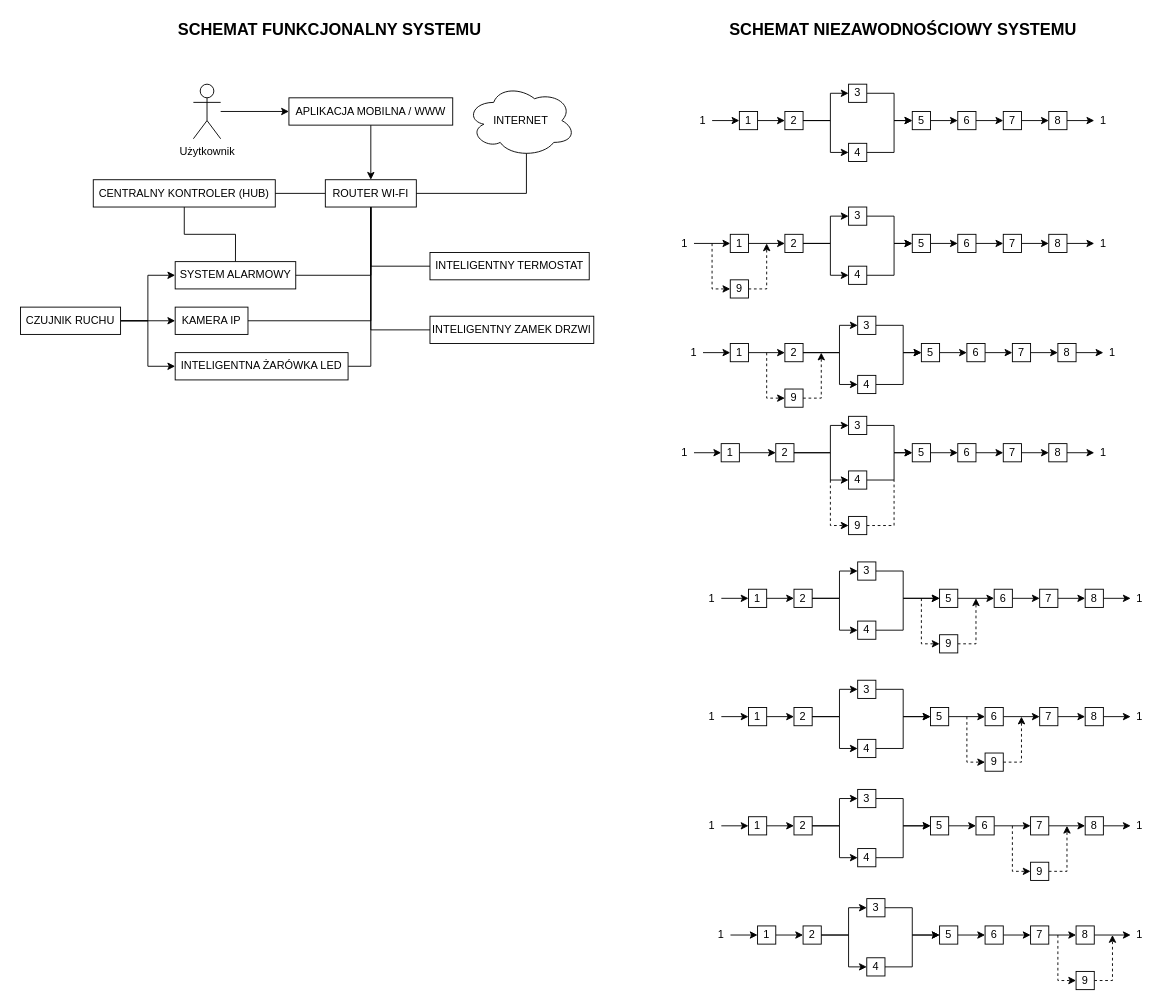
Above: Diagram bez tytułu.drawio in CptTemplar1/NSK_Projekt (draw.io), before the change. Source tidied: cells renumbered, new cells numbered last; positions are measured from the earlier drawing's top-left corner, leaving out a move shared by most shapes. Both pictures are drawn from the tidied source at 91%, with x=0, y=0 at pixel (20, 15).
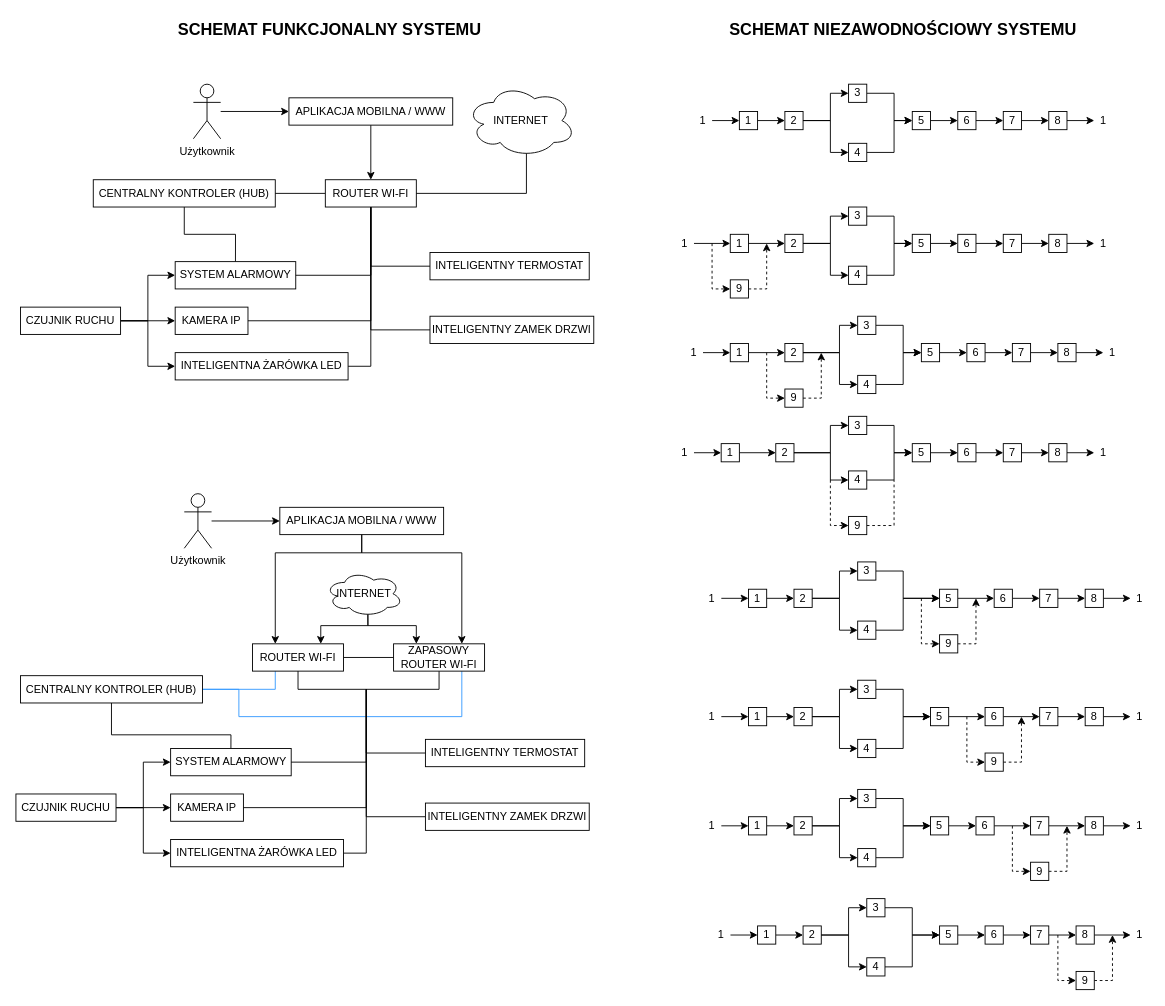
After the change.

Commit message (it also covers changes not shown here):
Poprawiono jednostki i dodano brakujące diagramy dla redundancji 1

The edit, as a diff of the source:
```diff
@@
+    <mxCell id="209" style="edgeStyle=orthogonalEdgeStyle;rounded=0;jettySize=auto;html=1;exitX=0.5;exitY=1;exitDx=0;exitDy=0;entryX=0.25;entryY=0;entryDx=0;entryDy=0;" parent="1" edge="1" source="211" target="225">
+      <mxGeometry relative="1" as="geometry">
+        <Array as="points">
+          <mxPoint x="375" y="590" />
+          <mxPoint x="280" y="590" />
+        </Array>
+      </mxGeometry>
+    </mxCell>
+    <mxCell id="210" style="edgeStyle=orthogonalEdgeStyle;rounded=0;jettySize=auto;html=1;exitX=0.5;exitY=1;exitDx=0;exitDy=0;entryX=0.75;entryY=0;entryDx=0;entryDy=0;" parent="1" edge="1" target="238">
+      <mxGeometry relative="1" as="geometry">
+        <mxPoint x="375" y="567.5" as="sourcePoint" />
+        <Array as="points">
+          <mxPoint x="375" y="590" />
+          <mxPoint x="485" y="590" />
+        </Array>
+      </mxGeometry>
+    </mxCell>
+    <mxCell id="211" value="&lt;div&gt;APLIKACJA MOBILNA / WWW&lt;/div&gt;" style="rounded=0;whiteSpace=wrap;html=1;" parent="1" vertex="1">
+      <mxGeometry x="285" y="540" width="180" height="30" as="geometry" />
+    </mxCell>
+    <mxCell id="212" style="edgeStyle=orthogonalEdgeStyle;rounded=0;jettySize=auto;html=1;exitX=0.5;exitY=1;exitDx=0;exitDy=0;entryX=0.5;entryY=0;entryDx=0;entryDy=0;endArrow=none;endFill=0;" parent="1" edge="1" source="215" target="217">
+      <mxGeometry relative="1" as="geometry">
+        <Array as="points">
+          <mxPoint x="100" y="790" />
+          <mxPoint x="231" y="790" />
+        </Array>
+      </mxGeometry>
+    </mxCell>
+    <mxCell id="213" style="edgeStyle=orthogonalEdgeStyle;rounded=0;jettySize=auto;html=1;exitX=1;exitY=0.5;exitDx=0;exitDy=0;entryX=0.25;entryY=1;entryDx=0;entryDy=0;endArrow=none;endFill=0;strokeColor=#3399FF;" parent="1" edge="1" source="215" target="225">
+      <mxGeometry relative="1" as="geometry">
+        <Array as="points">
+          <mxPoint x="280" y="740" />
+        </Array>
+      </mxGeometry>
+    </mxCell>
+    <mxCell id="214" style="edgeStyle=orthogonalEdgeStyle;rounded=0;jettySize=auto;html=1;exitX=1;exitY=0.5;exitDx=0;exitDy=0;entryX=0.75;entryY=1;entryDx=0;entryDy=0;endArrow=none;endFill=0;strokeColor=#3399FF;" parent="1" edge="1" source="215" target="238">
+      <mxGeometry relative="1" as="geometry">
+        <Array as="points">
+          <mxPoint x="240" y="740" />
+          <mxPoint x="240" y="770" />
+          <mxPoint x="485" y="770" />
+        </Array>
+      </mxGeometry>
+    </mxCell>
+    <mxCell id="215" value="&lt;div&gt;CENTRALNY KONTROLER (HUB)&lt;/div&gt;" style="rounded=0;whiteSpace=wrap;html=1;" parent="1" vertex="1">
+      <mxGeometry y="725" width="200" height="30" as="geometry" />
+    </mxCell>
+    <mxCell id="216" value="&lt;div&gt;INTELIGENTNY TERMOSTAT&lt;/div&gt;" style="rounded=0;whiteSpace=wrap;html=1;" parent="1" vertex="1">
+      <mxGeometry x="445" y="795" width="175" height="30" as="geometry" />
+    </mxCell>
+    <mxCell id="217" value="&lt;div&gt;SYSTEM ALARMOWY&lt;/div&gt;" style="rounded=0;whiteSpace=wrap;html=1;" parent="1" vertex="1">
+      <mxGeometry x="165" y="805" width="132.5" height="30" as="geometry" />
+    </mxCell>
+    <mxCell id="218" value="&lt;div&gt;KAMERA IP&lt;/div&gt;" style="rounded=0;whiteSpace=wrap;html=1;" parent="1" vertex="1">
+      <mxGeometry x="165" y="855" width="80" height="30" as="geometry" />
+    </mxCell>
+    <mxCell id="219" style="edgeStyle=orthogonalEdgeStyle;rounded=0;jettySize=auto;html=1;entryX=1;entryY=0.5;entryDx=0;entryDy=0;endArrow=none;endFill=0;" parent="1" edge="1" target="218">
+      <mxGeometry relative="1" as="geometry">
+        <mxPoint x="380" y="740" as="sourcePoint" />
+        <Array as="points">
+          <mxPoint x="380" y="870" />
+        </Array>
+      </mxGeometry>
+    </mxCell>
+    <mxCell id="220" style="edgeStyle=orthogonalEdgeStyle;rounded=0;jettySize=auto;html=1;entryX=1;entryY=0.5;entryDx=0;entryDy=0;endArrow=none;endFill=0;" parent="1" edge="1" target="217">
+      <mxGeometry relative="1" as="geometry">
+        <mxPoint x="380" y="740" as="sourcePoint" />
+        <Array as="points">
+          <mxPoint x="380" y="820" />
+        </Array>
+      </mxGeometry>
+    </mxCell>
+    <mxCell id="221" style="edgeStyle=orthogonalEdgeStyle;rounded=0;jettySize=auto;html=1;entryX=1;entryY=0.5;entryDx=0;entryDy=0;endArrow=none;endFill=0;" parent="1" edge="1" target="231">
+      <mxGeometry relative="1" as="geometry">
+        <mxPoint x="380" y="740" as="sourcePoint" />
+        <Array as="points">
+          <mxPoint x="380" y="920" />
+        </Array>
+      </mxGeometry>
+    </mxCell>
+    <mxCell id="222" style="edgeStyle=orthogonalEdgeStyle;rounded=0;jettySize=auto;html=1;entryX=0;entryY=0.5;entryDx=0;entryDy=0;endArrow=none;endFill=0;" parent="1" edge="1" target="216">
+      <mxGeometry relative="1" as="geometry">
+        <mxPoint x="380" y="740" as="sourcePoint" />
+        <Array as="points">
+          <mxPoint x="380" y="810" />
+        </Array>
+      </mxGeometry>
+    </mxCell>
+    <mxCell id="223" style="edgeStyle=orthogonalEdgeStyle;rounded=0;jettySize=auto;html=1;entryX=0;entryY=0.5;entryDx=0;entryDy=0;endArrow=none;endFill=0;" parent="1" edge="1" target="230">
+      <mxGeometry relative="1" as="geometry">
+        <mxPoint x="380" y="740" as="sourcePoint" />
+        <Array as="points">
+          <mxPoint x="380" y="880" />
+        </Array>
+      </mxGeometry>
+    </mxCell>
+    <mxCell id="224" style="edgeStyle=orthogonalEdgeStyle;rounded=0;jettySize=auto;html=1;exitX=1;exitY=0.5;exitDx=0;exitDy=0;entryX=0;entryY=0.5;entryDx=0;entryDy=0;endArrow=none;endFill=0;" parent="1" edge="1" source="225" target="238">
+      <mxGeometry relative="1" as="geometry" />
+    </mxCell>
+    <mxCell id="225" value="&lt;div&gt;ROUTER WI-FI&lt;/div&gt;" style="rounded=0;whiteSpace=wrap;html=1;" parent="1" vertex="1">
+      <mxGeometry x="255" y="690" width="100" height="30" as="geometry" />
+    </mxCell>
+    <mxCell id="226" style="edgeStyle=orthogonalEdgeStyle;rounded=0;jettySize=auto;html=1;exitX=1;exitY=0.5;exitDx=0;exitDy=0;entryX=0;entryY=0.5;entryDx=0;entryDy=0;" parent="1" edge="1" source="229" target="218">
+      <mxGeometry relative="1" as="geometry" />
+    </mxCell>
+    <mxCell id="227" style="edgeStyle=orthogonalEdgeStyle;rounded=0;jettySize=auto;html=1;exitX=1;exitY=0.5;exitDx=0;exitDy=0;entryX=0;entryY=0.5;entryDx=0;entryDy=0;" parent="1" edge="1" source="229" target="217">
+      <mxGeometry relative="1" as="geometry" />
+    </mxCell>
+    <mxCell id="228" style="edgeStyle=orthogonalEdgeStyle;rounded=0;jettySize=auto;html=1;exitX=1;exitY=0.5;exitDx=0;exitDy=0;entryX=0;entryY=0.5;entryDx=0;entryDy=0;" parent="1" edge="1" source="229" target="231">
+      <mxGeometry relative="1" as="geometry" />
+    </mxCell>
+    <mxCell id="229" value="&lt;div&gt;CZUJNIK RUCHU&lt;/div&gt;" style="rounded=0;whiteSpace=wrap;html=1;" parent="1" vertex="1">
+      <mxGeometry x="-5" y="855" width="110" height="30" as="geometry" />
+    </mxCell>
+    <mxCell id="230" value="&lt;div&gt;INTELIGENTNY ZAMEK DRZWI&lt;/div&gt;" style="rounded=0;whiteSpace=wrap;html=1;" parent="1" vertex="1">
+      <mxGeometry x="445" y="865" width="180" height="30" as="geometry" />
+    </mxCell>
+    <mxCell id="231" value="&lt;div&gt;INTELIGENTNA ŻARÓWKA LED&lt;/div&gt;" style="rounded=0;whiteSpace=wrap;html=1;" parent="1" vertex="1">
+      <mxGeometry x="165" y="905" width="190" height="30" as="geometry" />
+    </mxCell>
+    <mxCell id="232" style="edgeStyle=orthogonalEdgeStyle;rounded=0;jettySize=auto;html=1;entryX=0;entryY=0.5;entryDx=0;entryDy=0;" parent="1" edge="1" source="233" target="211">
+      <mxGeometry relative="1" as="geometry" />
+    </mxCell>
+    <mxCell id="233" value="&lt;div&gt;Użytkownik&lt;/div&gt;" style="shape=umlActor;verticalLabelPosition=bottom;verticalAlign=top;html=1;outlineConnect=0;" parent="1" vertex="1">
+      <mxGeometry x="180" y="525" width="30" height="60" as="geometry" />
+    </mxCell>
+    <mxCell id="234" style="edgeStyle=orthogonalEdgeStyle;rounded=0;jettySize=auto;html=1;exitX=0.55;exitY=0.95;exitDx=0;exitDy=0;exitPerimeter=0;entryX=0.75;entryY=0;entryDx=0;entryDy=0;" parent="1" edge="1" source="236" target="225">
+      <mxGeometry relative="1" as="geometry">
+        <Array as="points">
+          <mxPoint x="382" y="670" />
+          <mxPoint x="330" y="670" />
+        </Array>
+      </mxGeometry>
+    </mxCell>
+    <mxCell id="235" style="edgeStyle=orthogonalEdgeStyle;rounded=0;jettySize=auto;html=1;exitX=0.55;exitY=0.95;exitDx=0;exitDy=0;exitPerimeter=0;entryX=0.25;entryY=0;entryDx=0;entryDy=0;" parent="1" edge="1" source="236" target="238">
+      <mxGeometry relative="1" as="geometry">
+        <Array as="points">
+          <mxPoint x="382" y="670" />
+          <mxPoint x="435" y="670" />
+        </Array>
+      </mxGeometry>
+    </mxCell>
+    <mxCell id="236" value="INTERNET" style="ellipse;shape=cloud;whiteSpace=wrap;html=1;" parent="1" vertex="1">
+      <mxGeometry x="335" y="610" width="85" height="50" as="geometry" />
+    </mxCell>
+    <mxCell id="237" style="edgeStyle=orthogonalEdgeStyle;rounded=0;jettySize=auto;html=1;exitX=0.5;exitY=1;exitDx=0;exitDy=0;endArrow=none;endFill=0;entryX=0.5;entryY=1;entryDx=0;entryDy=0;" parent="1" edge="1" source="238" target="225">
+      <mxGeometry relative="1" as="geometry">
+        <Array as="points">
+          <mxPoint x="460" y="740" />
+          <mxPoint x="305" y="740" />
+        </Array>
+      </mxGeometry>
+    </mxCell>
+    <mxCell id="238" value="&lt;div&gt;ZAPASOWY ROUTER WI-FI&lt;/div&gt;" style="rounded=0;whiteSpace=wrap;html=1;" parent="1" vertex="1">
+      <mxGeometry x="410" y="690" width="100" height="30" as="geometry" />
+    </mxCell>
```
